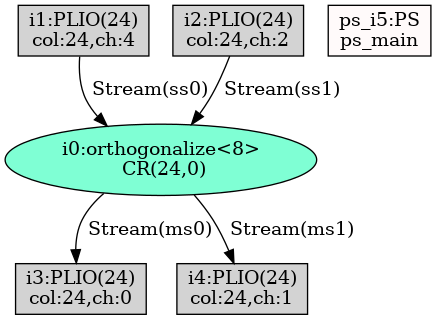
Earlier version of the Graphviz export Jacobi_AIE_Scalar/Work/reports/TopGraph_mapped_post.png (lxy-littlechai/SVD). Its source is kept beside it as Jacobi_AIE_Scalar/Work/temp/TopGraph_mapped_post.dot. Source of this version:
```dot
digraph G {
"i0:orthogonalize<8>\n CR(24,0)"[style=filled, fillcolor=aquamarine];
"i1:PLIO(24)\ncol:24,ch:4"[shape=box, style=filled, fillcolor=lightgrey];
"i2:PLIO(24)\ncol:24,ch:2"[shape=box, style=filled, fillcolor=lightgrey];
"i3:PLIO(24)\ncol:24,ch:0"[shape=box, style=filled, fillcolor=lightgrey];
"i4:PLIO(24)\ncol:24,ch:1"[shape=box, style=filled, fillcolor=lightgrey];
"ps_i5:PS\nps_main"[shape=box, style=filled, fillcolor=snow];
"i1:PLIO(24)\ncol:24,ch:4" -> "i0:orthogonalize<8>\n CR(24,0)"[label=" Stream(ss0)"];
"i2:PLIO(24)\ncol:24,ch:2" -> "i0:orthogonalize<8>\n CR(24,0)"[label=" Stream(ss1)"];
"i0:orthogonalize<8>\n CR(24,0)" -> "i3:PLIO(24)\ncol:24,ch:0"[label=" Stream(ms0)"];
"i0:orthogonalize<8>\n CR(24,0)" -> "i4:PLIO(24)\ncol:24,ch:1"[label=" Stream(ms1)"];

 }
```
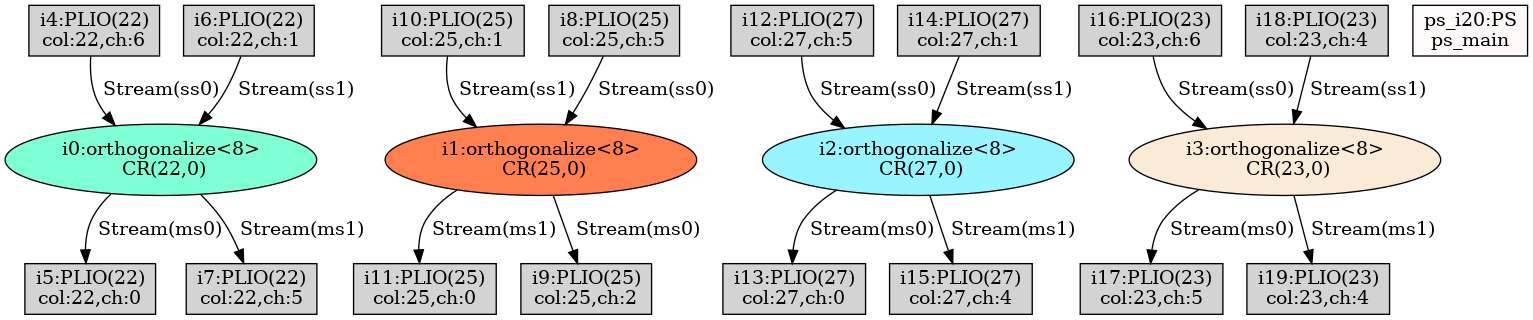
After the commit.

Change to the diagram source:
```diff
@@ -1,13 +1,40 @@
 digraph G {
-"i0:orthogonalize<8>\n CR(24,0)"[style=filled, fillcolor=aquamarine];
-"i1:PLIO(24)\ncol:24,ch:4"[shape=box, style=filled, fillcolor=lightgrey];
-"i2:PLIO(24)\ncol:24,ch:2"[shape=box, style=filled, fillcolor=lightgrey];
-"i3:PLIO(24)\ncol:24,ch:0"[shape=box, style=filled, fillcolor=lightgrey];
-"i4:PLIO(24)\ncol:24,ch:1"[shape=box, style=filled, fillcolor=lightgrey];
-"ps_i5:PS\nps_main"[shape=box, style=filled, fillcolor=snow];
-"i1:PLIO(24)\ncol:24,ch:4" -> "i0:orthogonalize<8>\n CR(24,0)"[label=" Stream(ss0)"];
-"i2:PLIO(24)\ncol:24,ch:2" -> "i0:orthogonalize<8>\n CR(24,0)"[label=" Stream(ss1)"];
-"i0:orthogonalize<8>\n CR(24,0)" -> "i3:PLIO(24)\ncol:24,ch:0"[label=" Stream(ms0)"];
-"i0:orthogonalize<8>\n CR(24,0)" -> "i4:PLIO(24)\ncol:24,ch:1"[label=" Stream(ms1)"];
+"i0:orthogonalize<8>\n CR(22,0)"[style=filled, fillcolor=aquamarine];
+"i1:orthogonalize<8>\n CR(25,0)"[style=filled, fillcolor=coral];
+"i10:PLIO(25)\ncol:25,ch:1"[shape=box, style=filled, fillcolor=lightgrey];
+"i11:PLIO(25)\ncol:25,ch:0"[shape=box, style=filled, fillcolor=lightgrey];
+"i12:PLIO(27)\ncol:27,ch:5"[shape=box, style=filled, fillcolor=lightgrey];
+"i13:PLIO(27)\ncol:27,ch:0"[shape=box, style=filled, fillcolor=lightgrey];
+"i14:PLIO(27)\ncol:27,ch:1"[shape=box, style=filled, fillcolor=lightgrey];
+"i15:PLIO(27)\ncol:27,ch:4"[shape=box, style=filled, fillcolor=lightgrey];
+"i16:PLIO(23)\ncol:23,ch:6"[shape=box, style=filled, fillcolor=lightgrey];
+"i17:PLIO(23)\ncol:23,ch:5"[shape=box, style=filled, fillcolor=lightgrey];
+"i18:PLIO(23)\ncol:23,ch:4"[shape=box, style=filled, fillcolor=lightgrey];
+"i19:PLIO(23)\ncol:23,ch:4"[shape=box, style=filled, fillcolor=lightgrey];
+"i2:orthogonalize<8>\n CR(27,0)"[style=filled, fillcolor=cadetblue1];
+"i3:orthogonalize<8>\n CR(23,0)"[style=filled, fillcolor=antiquewhite];
+"i4:PLIO(22)\ncol:22,ch:6"[shape=box, style=filled, fillcolor=lightgrey];
+"i5:PLIO(22)\ncol:22,ch:0"[shape=box, style=filled, fillcolor=lightgrey];
+"i6:PLIO(22)\ncol:22,ch:1"[shape=box, style=filled, fillcolor=lightgrey];
+"i7:PLIO(22)\ncol:22,ch:5"[shape=box, style=filled, fillcolor=lightgrey];
+"i8:PLIO(25)\ncol:25,ch:5"[shape=box, style=filled, fillcolor=lightgrey];
+"i9:PLIO(25)\ncol:25,ch:2"[shape=box, style=filled, fillcolor=lightgrey];
+"ps_i20:PS\nps_main"[shape=box, style=filled, fillcolor=snow];
+"i4:PLIO(22)\ncol:22,ch:6" -> "i0:orthogonalize<8>\n CR(22,0)"[label=" Stream(ss0)"];
+"i6:PLIO(22)\ncol:22,ch:1" -> "i0:orthogonalize<8>\n CR(22,0)"[label=" Stream(ss1)"];
+"i0:orthogonalize<8>\n CR(22,0)" -> "i5:PLIO(22)\ncol:22,ch:0"[label=" Stream(ms0)"];
+"i0:orthogonalize<8>\n CR(22,0)" -> "i7:PLIO(22)\ncol:22,ch:5"[label=" Stream(ms1)"];
+"i8:PLIO(25)\ncol:25,ch:5" -> "i1:orthogonalize<8>\n CR(25,0)"[label=" Stream(ss0)"];
+"i10:PLIO(25)\ncol:25,ch:1" -> "i1:orthogonalize<8>\n CR(25,0)"[label=" Stream(ss1)"];
+"i1:orthogonalize<8>\n CR(25,0)" -> "i9:PLIO(25)\ncol:25,ch:2"[label=" Stream(ms0)"];
+"i1:orthogonalize<8>\n CR(25,0)" -> "i11:PLIO(25)\ncol:25,ch:0"[label=" Stream(ms1)"];
+"i12:PLIO(27)\ncol:27,ch:5" -> "i2:orthogonalize<8>\n CR(27,0)"[label=" Stream(ss0)"];
+"i14:PLIO(27)\ncol:27,ch:1" -> "i2:orthogonalize<8>\n CR(27,0)"[label=" Stream(ss1)"];
+"i2:orthogonalize<8>\n CR(27,0)" -> "i13:PLIO(27)\ncol:27,ch:0"[label=" Stream(ms0)"];
+"i2:orthogonalize<8>\n CR(27,0)" -> "i15:PLIO(27)\ncol:27,ch:4"[label=" Stream(ms1)"];
+"i16:PLIO(23)\ncol:23,ch:6" -> "i3:orthogonalize<8>\n CR(23,0)"[label=" Stream(ss0)"];
+"i18:PLIO(23)\ncol:23,ch:4" -> "i3:orthogonalize<8>\n CR(23,0)"[label=" Stream(ss1)"];
+"i3:orthogonalize<8>\n CR(23,0)" -> "i17:PLIO(23)\ncol:23,ch:5"[label=" Stream(ms0)"];
+"i3:orthogonalize<8>\n CR(23,0)" -> "i19:PLIO(23)\ncol:23,ch:4"[label=" Stream(ms1)"];
 
  }
```
